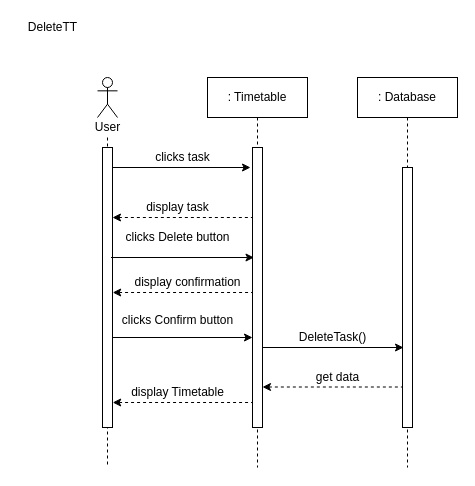
The draw.io diagram page "Page-4" (4 of 4) of Timetable.drawio in FaizAnuar/ashisu, before the edit. Source tidied: cells renumbered, new cells numbered last; positions are measured from the earlier drawing's top-left corner, leaving out a move shared by most shapes. Both pictures are drawn from the tidied source at 100%, with x=0, y=0 at pixel (17, 17).
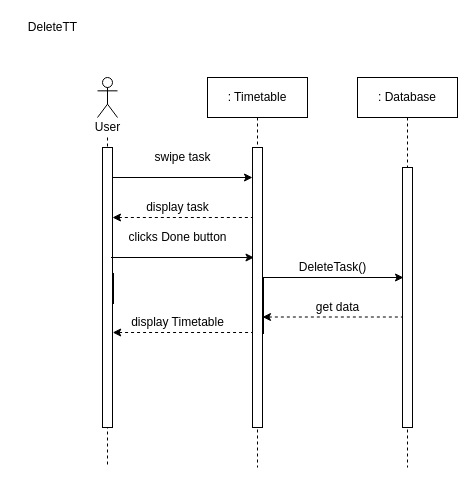
Above is the later version.

What changed in the source:
```diff
@@
     <mxCell id="7" style="endArrow=classic;html=1;" parent="1" edge="1">
       <mxGeometry relative="1" as="geometry">
-        <mxPoint x="90" y="150" as="sourcePoint" />
-        <mxPoint x="233" y="150" as="targetPoint" />
+        <mxPoint x="92" y="160" as="sourcePoint" />
+        <mxPoint x="235" y="160" as="targetPoint" />
       </mxGeometry>
     </mxCell>
-    <mxCell id="8" value="clicks task" style="text;html=1;align=center;verticalAlign=middle;strokeColor=none;" parent="1" vertex="1">
+    <mxCell id="8" value="swipe task" style="text;html=1;align=center;verticalAlign=middle;strokeColor=none;" parent="1" vertex="1">
       <mxGeometry x="130" y="130" width="70" height="20" as="geometry" />
     </mxCell>
@@
     <mxCell id="14" style="endArrow=classic;html=1;" parent="1" edge="1">
       <mxGeometry relative="1" as="geometry">
-        <mxPoint x="245" y="330" as="sourcePoint" />
-        <mxPoint x="386" y="330" as="targetPoint" />
+        <mxPoint x="245" y="260" as="sourcePoint" />
+        <mxPoint x="386" y="260" as="targetPoint" />
       </mxGeometry>
     </mxCell>
-    <mxCell id="15" style="endArrow=classic;html=1;" parent="1" edge="1">
-      <mxGeometry relative="1" as="geometry">
-        <mxPoint x="94" y="320" as="sourcePoint" />
-        <mxPoint x="235" y="320" as="targetPoint" />
-      </mxGeometry>
-    </mxCell>
-    <mxCell id="16" value="clicks Confirm button" style="text;html=1;align=center;verticalAlign=middle;strokeColor=none;" parent="1" vertex="1">
-      <mxGeometry x="95" y="292.5" width="130" height="20" as="geometry" />
-    </mxCell>
     <mxCell id="17" value="DeleteTask()" style="text;html=1;align=center;verticalAlign=middle;strokeColor=none;" parent="1" vertex="1">
-      <mxGeometry x="275" y="310" width="80" height="20" as="geometry" />
+      <mxGeometry x="275" y="240" width="80" height="20" as="geometry" />
     </mxCell>
     <mxCell id="18" style="html=1;perimeter=orthogonalPerimeter;fillColor=#FFFFFF;" parent="1" vertex="1">
-      <mxGeometry x="235" y="355" width="10" height="30" as="geometry" />
+      <mxGeometry x="235" y="285" width="10" height="30" as="geometry" />
     </mxCell>
     <mxCell id="19" style="html=1;perimeter=orthogonalPerimeter;fillColor=#FFFFFF;" parent="1" vertex="1">
-      <mxGeometry x="85" y="350" width="10" height="30" as="geometry" />
+      <mxGeometry x="85" y="280" width="10" height="30" as="geometry" />
     </mxCell>
     <mxCell id="20" style="html=1;perimeter=orthogonalPerimeter;fillColor=#FFFFFF;" parent="1" vertex="1">
-      <mxGeometry x="85" y="270" width="10" height="30" as="geometry" />
+      <mxGeometry x="86" y="256" width="10" height="30" as="geometry" />
     </mxCell>
     <mxCell id="21" style="html=1;perimeter=orthogonalPerimeter;fillColor=#FFFFFF;" parent="1" vertex="1">
-      <mxGeometry x="235" y="275" width="10" height="55" as="geometry" />
+      <mxGeometry x="236" y="261" width="10" height="55" as="geometry" />
     </mxCell>
@@
-    <mxCell id="24" style="endArrow=none;html=1;entryX=-0.02;entryY=0.222;entryDx=0;entryDy=0;entryPerimeter=0;startArrow=classic;startFill=1;endFill=0;dashed=1;" parent="1" edge="1">
-      <mxGeometry relative="1" as="geometry">
-        <mxPoint x="95.2" y="275" as="sourcePoint" />
-        <mxPoint x="235" y="275" as="targetPoint" />
-      </mxGeometry>
-    </mxCell>
     <mxCell id="25" style="endArrow=none;html=1;entryX=-0.02;entryY=0.222;entryDx=0;entryDy=0;entryPerimeter=0;startArrow=classic;startFill=1;endFill=0;dashed=1;" parent="1" edge="1">
       <mxGeometry relative="1" as="geometry">
-        <mxPoint x="245" y="369.5" as="sourcePoint" />
-        <mxPoint x="384.8" y="369.5" as="targetPoint" />
+        <mxPoint x="245" y="299.5" as="sourcePoint" />
+        <mxPoint x="384.8" y="299.5" as="targetPoint" />
       </mxGeometry>
     </mxCell>
     <mxCell id="26" value="get data" style="text;html=1;align=center;verticalAlign=middle;strokeColor=none;" parent="1" vertex="1">
-      <mxGeometry x="290" y="350" width="60" height="20" as="geometry" />
+      <mxGeometry x="290" y="280" width="60" height="20" as="geometry" />
     </mxCell>
-    <mxCell id="27" value="display confirmation" style="text;html=1;align=center;verticalAlign=middle;strokeColor=none;" parent="1" vertex="1">
-      <mxGeometry x="110" y="255" width="120" height="20" as="geometry" />
-    </mxCell>
@@
-    <mxCell id="29" value="clicks Delete button" style="text;html=1;align=center;verticalAlign=middle;strokeColor=none;" parent="1" vertex="1">
-      <mxGeometry x="100" y="210" width="120" height="20" as="geometry" />
+    <mxCell id="29" value="clicks Done button" style="text;html=1;align=center;verticalAlign=middle;strokeColor=none;" parent="1" vertex="1">
+      <mxGeometry x="105" y="210" width="110" height="20" as="geometry" />
     </mxCell>
     <mxCell id="30" style="endArrow=none;html=1;entryX=-0.02;entryY=0.222;entryDx=0;entryDy=0;entryPerimeter=0;startArrow=classic;startFill=1;endFill=0;dashed=1;" parent="1" edge="1">
       <mxGeometry relative="1" as="geometry">
-        <mxPoint x="95.2" y="385" as="sourcePoint" />
-        <mxPoint x="235" y="385" as="targetPoint" />
+        <mxPoint x="95.2" y="315" as="sourcePoint" />
+        <mxPoint x="235" y="315" as="targetPoint" />
       </mxGeometry>
     </mxCell>
     <mxCell id="31" value="display Timetable" style="text;html=1;align=center;verticalAlign=middle;strokeColor=none;" parent="1" vertex="1">
-      <mxGeometry x="105" y="365" width="110" height="20" as="geometry" />
+      <mxGeometry x="105" y="295" width="110" height="20" as="geometry" />
     </mxCell>
```
